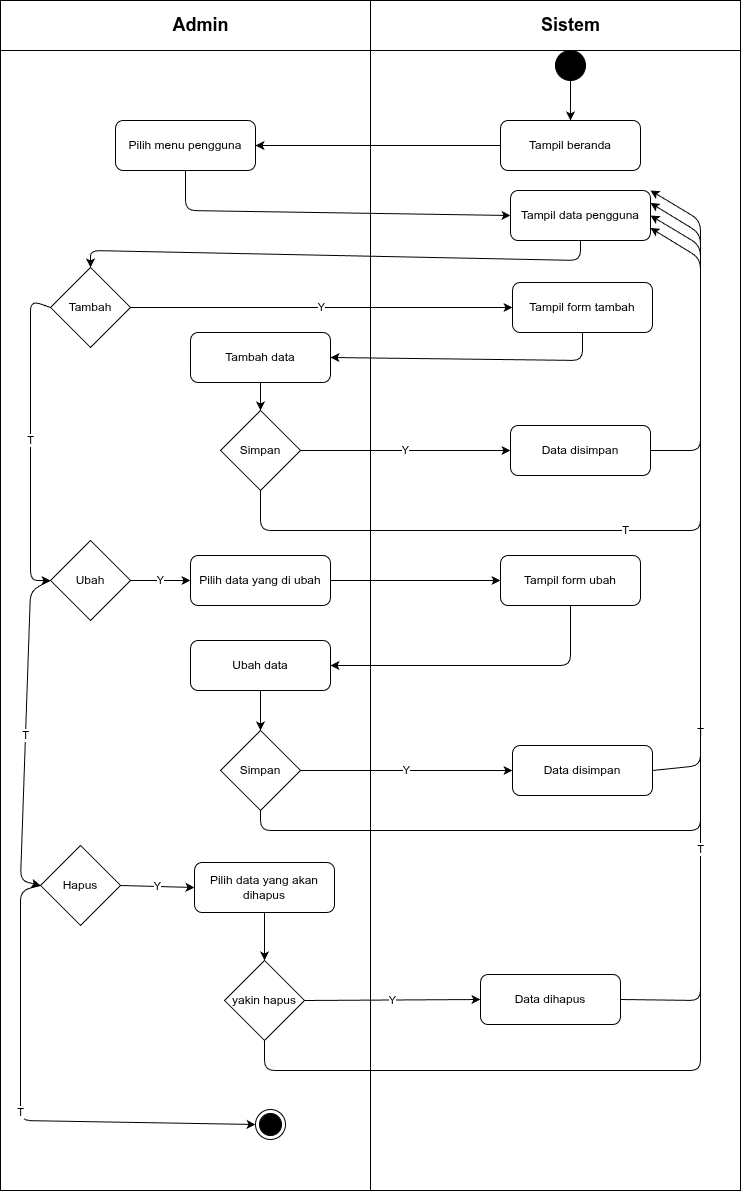
RajaSunrise/kangkungku keeps this draw.io diagram as diagram/activity/admin/crud-pengguna.png. Above is the earlier version. Source tidied: cells renumbered, new cells last; positions are measured from the earlier drawing's top-left corner, leaving out a move shared by most shapes.
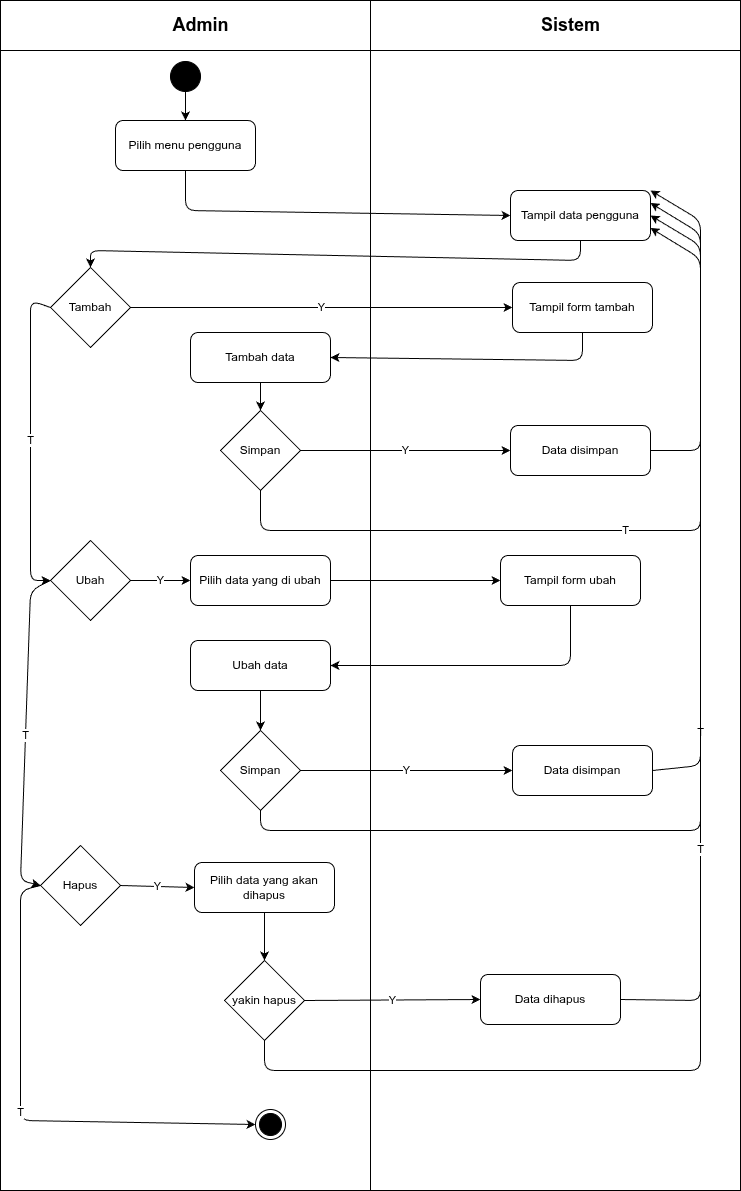
Above is the later version.

Diff of the diagram source:
```diff
@@ -12,20 +12,14 @@
       <mxGeometry x="535" y="10" width="70" height="30" as="geometry" />
     </mxCell>
     <mxCell id="5" style="ellipse;whiteSpace=wrap;html=1;fillColor=#000000;strokeColor=#000000;" parent="1" vertex="1">
-      <mxGeometry x="555" y="50" width="30" height="30" as="geometry" />
+      <mxGeometry x="170" y="61" width="30" height="30" as="geometry" />
     </mxCell>
-    <mxCell id="6" value="Tampil beranda" style="rounded=1;whiteSpace=wrap;html=1;" parent="1" vertex="1">
-      <mxGeometry x="500" y="120" width="140" height="50" as="geometry" />
-    </mxCell>
-    <mxCell id="7" style="endArrow=classic;html=1;exitX=0.5;exitY=1;entryX=0.5;entryY=0;" parent="1" edge="1" source="5" target="6">
+    <mxCell id="7" style="endArrow=classic;html=1;exitX=0.5;exitY=1;entryX=0.5;entryY=0;entryDx=0;entryDy=0;" parent="1" edge="1" source="5" target="8">
       <mxGeometry relative="1" as="geometry" />
     </mxCell>
     <mxCell id="8" value="Pilih menu pengguna" style="rounded=1;whiteSpace=wrap;html=1;" parent="1" vertex="1">
       <mxGeometry x="115" y="120" width="140" height="50" as="geometry" />
     </mxCell>
-    <mxCell id="9" style="endArrow=classic;html=1;exitX=0;exitY=0.5;entryX=1;entryY=0.5;" parent="1" edge="1" source="6" target="8">
-      <mxGeometry relative="1" as="geometry" />
-    </mxCell>
     <mxCell id="10" value="Tampil data pengguna" style="rounded=1;whiteSpace=wrap;html=1;" parent="1" vertex="1">
       <mxGeometry x="510" y="190" width="140" height="50" as="geometry" />
     </mxCell>
```
